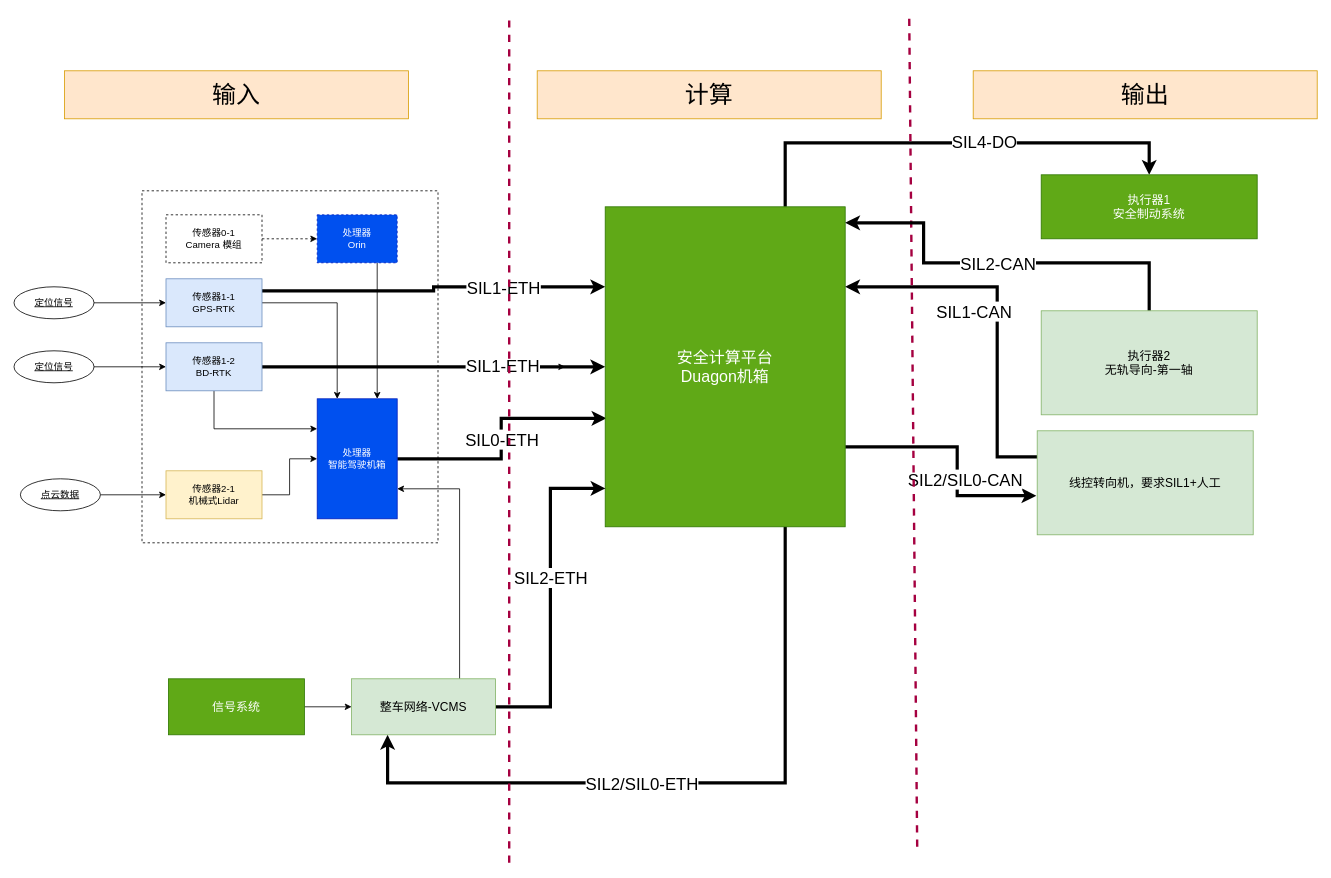
Earlier version of the draw.io diagram page "实体关系" (1 of 2) of 马来循迹控制_SIL2方案_V2_pub230815.drawio (FrankWong-cs/SharingwithColleagues). Source tidied: cells renumbered, new cells numbered last; positions are measured from the earlier drawing's top-left corner, leaving out a move shared by most shapes. Both pictures are drawn from the tidied source at 80%, with x=0, y=0 at pixel (14, 14).
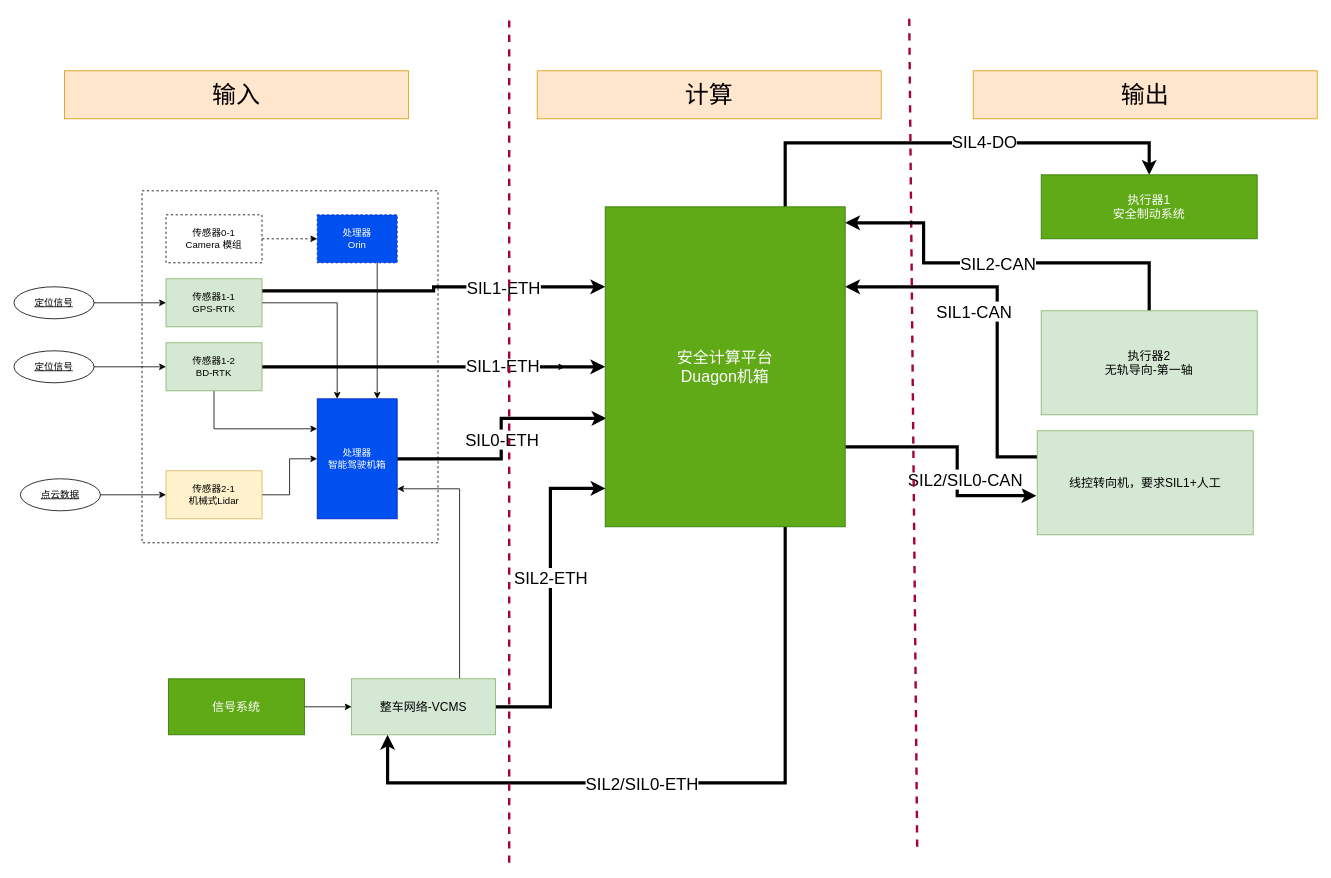
Above is the later version.

Commit message:
Update 马来循迹控制_SIL2方案_V2_pub230815.drawio

Diff of the diagram source:
```diff
@@
-    <mxCell id="7" value="传感器1-1&lt;br&gt;GPS-RTK" style="rounded=0;whiteSpace=wrap;html=1;fillColor=#dae8fc;strokeColor=#6c8ebf;" parent="1" vertex="1">
+    <mxCell id="7" value="传感器1-1&lt;br&gt;GPS-RTK" style="rounded=0;whiteSpace=wrap;html=1;fillColor=#d5e8d4;strokeColor=#82b366;" parent="1" vertex="1">
       <mxGeometry x="190" y="330" width="120" height="60" as="geometry" />
     </mxCell>
@@
-    <mxCell id="11" value="传感器1-2&lt;br&gt;BD-RTK" style="rounded=0;whiteSpace=wrap;html=1;fillColor=#dae8fc;strokeColor=#6c8ebf;" parent="1" vertex="1">
+    <mxCell id="11" value="传感器1-2&lt;br&gt;BD-RTK" style="rounded=0;whiteSpace=wrap;html=1;fillColor=#d5e8d4;strokeColor=#82b366;" parent="1" vertex="1">
       <mxGeometry x="190" y="410" width="120" height="60" as="geometry" />
     </mxCell>
```
